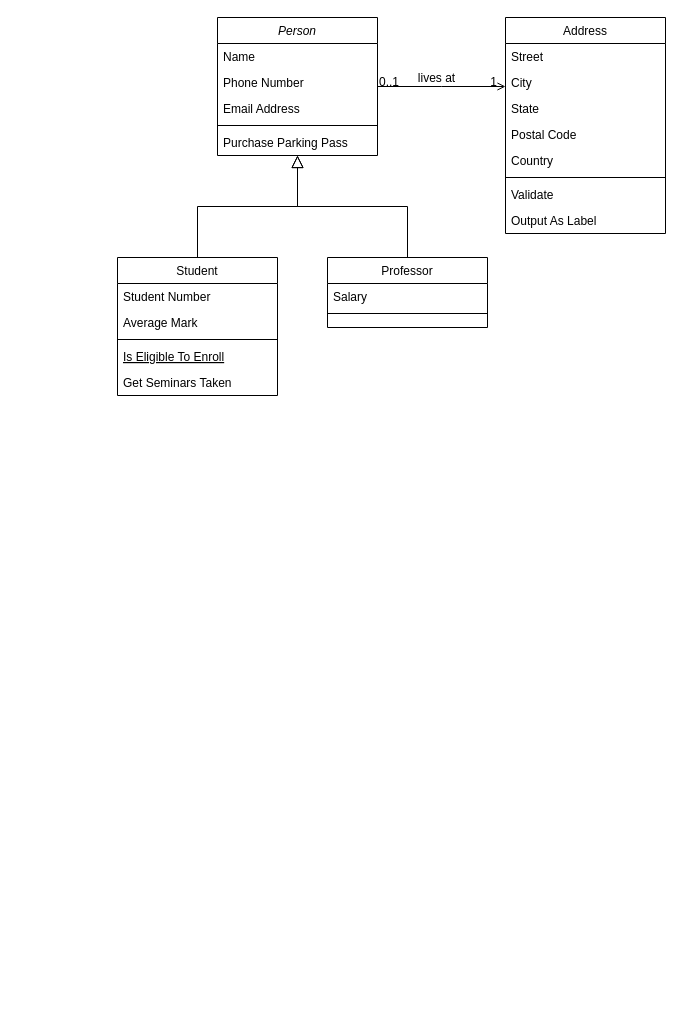
The draw.io diagram AeroBankApp/LoginDiagram.drawio in AKing982/AeroBankApp, before the edit. Source tidied: cells renumbered, new cells numbered last; positions are measured from the earlier drawing's top-left corner, leaving out a move shared by most shapes. Both pictures are drawn from the tidied source at 100%, with x=0, y=0 at pixel (117, 17).
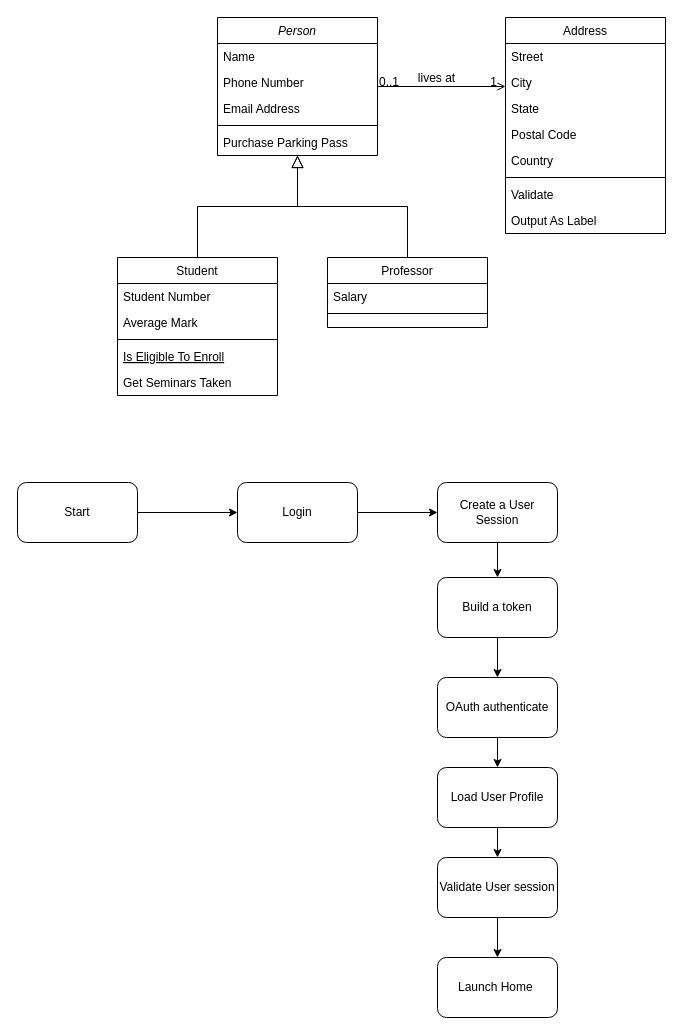
The same diagram, later.

Diff of the diagram source:
```diff
@@
+    <mxCell id="32" value="Start" style="rounded=1;whiteSpace=wrap;html=1;" parent="1" vertex="1">
+      <mxGeometry x="-100" y="465" width="120" height="60" as="geometry" />
+    </mxCell>
+    <mxCell id="33" style="endArrow=classic;html=1;rounded=0;exitX=1;exitY=0.5;exitDx=0;exitDy=0;" parent="1" edge="1" source="32">
+      <mxGeometry relative="1" as="geometry">
+        <mxPoint x="120" y="495" as="targetPoint" />
+      </mxGeometry>
+    </mxCell>
+    <mxCell id="34" value="Login" style="rounded=1;whiteSpace=wrap;html=1;" parent="1" vertex="1">
+      <mxGeometry x="120" y="465" width="120" height="60" as="geometry" />
+    </mxCell>
+    <mxCell id="35" style="endArrow=classic;html=1;rounded=0;exitX=1;exitY=0.5;exitDx=0;exitDy=0;" parent="1" edge="1" source="34">
+      <mxGeometry relative="1" as="geometry">
+        <mxPoint x="320" y="495" as="targetPoint" />
+      </mxGeometry>
+    </mxCell>
+    <mxCell id="36" value="Create a User Session" style="rounded=1;whiteSpace=wrap;html=1;" parent="1" vertex="1">
+      <mxGeometry x="320" y="465" width="120" height="60" as="geometry" />
+    </mxCell>
+    <mxCell id="37" style="endArrow=classic;html=1;rounded=0;exitX=0.5;exitY=1;exitDx=0;exitDy=0;" parent="1" edge="1" source="36" target="38">
+      <mxGeometry relative="1" as="geometry" />
+    </mxCell>
+    <mxCell id="38" value="Build a token" style="rounded=1;whiteSpace=wrap;html=1;" parent="1" vertex="1">
+      <mxGeometry x="320" y="560" width="120" height="60" as="geometry" />
+    </mxCell>
+    <mxCell id="39" style="endArrow=classic;html=1;rounded=0;exitX=0.5;exitY=1;exitDx=0;exitDy=0;" parent="1" edge="1" source="38">
+      <mxGeometry relative="1" as="geometry">
+        <mxPoint x="380" y="660" as="targetPoint" />
+      </mxGeometry>
+    </mxCell>
+    <mxCell id="40" value="OAuth authenticate" style="rounded=1;whiteSpace=wrap;html=1;" parent="1" vertex="1">
+      <mxGeometry x="320" y="660" width="120" height="60" as="geometry" />
+    </mxCell>
+    <mxCell id="41" style="endArrow=classic;html=1;rounded=0;exitX=0.5;exitY=1;exitDx=0;exitDy=0;" parent="1" edge="1" source="40">
+      <mxGeometry relative="1" as="geometry">
+        <mxPoint x="380" y="750" as="targetPoint" />
+      </mxGeometry>
+    </mxCell>
+    <mxCell id="42" value="Load User Profile" style="rounded=1;whiteSpace=wrap;html=1;" parent="1" vertex="1">
+      <mxGeometry x="320" y="750" width="120" height="60" as="geometry" />
+    </mxCell>
+    <mxCell id="43" style="endArrow=classic;html=1;rounded=0;exitX=0.5;exitY=1;exitDx=0;exitDy=0;" parent="1" edge="1" source="42" target="44">
+      <mxGeometry relative="1" as="geometry" />
+    </mxCell>
+    <mxCell id="44" value="Validate User session" style="rounded=1;whiteSpace=wrap;html=1;" parent="1" vertex="1">
+      <mxGeometry x="320" y="840" width="120" height="60" as="geometry" />
+    </mxCell>
+    <mxCell id="45" style="endArrow=classic;html=1;rounded=0;exitX=0.5;exitY=1;exitDx=0;exitDy=0;" parent="1" edge="1" source="44">
+      <mxGeometry relative="1" as="geometry">
+        <mxPoint x="380" y="940" as="targetPoint" />
+      </mxGeometry>
+    </mxCell>
+    <mxCell id="46" value="Launch Home&amp;nbsp;" style="rounded=1;whiteSpace=wrap;html=1;" parent="1" vertex="1">
+      <mxGeometry x="320" y="940" width="120" height="60" as="geometry" />
+    </mxCell>
```
